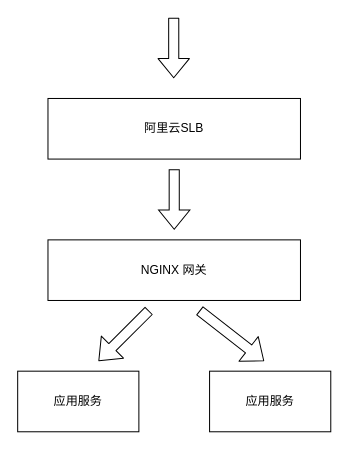
The draw.io diagram src/口算系统网络拓扑图.drawio in ctmaster/waf, before the edit. Source tidied: cells renumbered, new cells numbered last; positions are measured from the earlier drawing's top-left corner, leaving out a move shared by most shapes. Both pictures are drawn from the tidied source at 101%, with x=0, y=0 at pixel (17, 17).
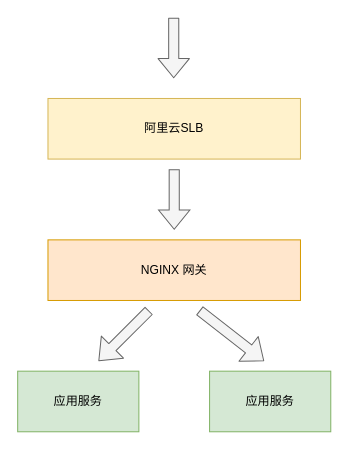
Above is the later version.

Commit message:
Update 口算系统网络拓扑图.drawio

What changed in the source:
```diff
@@
 <mxGraphModel>
   <root>
     <mxCell id="0" />
     <mxCell id="1" parent="0" />
-    <mxCell id="2" style="edgeStyle=orthogonalEdgeStyle;rounded=0;orthogonalLoop=1;jettySize=auto;html=1;shape=flexArrow;" parent="1" edge="1">
+    <mxCell id="2" style="edgeStyle=orthogonalEdgeStyle;rounded=0;orthogonalLoop=1;jettySize=auto;html=1;shape=flexArrow;fillColor=#f5f5f5;strokeColor=#666666;" parent="1" edge="1">
       <mxGeometry relative="1" as="geometry">
         <mxPoint x="155" y="150" as="sourcePoint" />
         <mxPoint x="155" y="210" as="targetPoint" />
       </mxGeometry>
     </mxCell>
-    <mxCell id="3" value="阿里云SLB" style="rounded=0;whiteSpace=wrap;html=1;" parent="1" vertex="1">
+    <mxCell id="3" value="阿里云SLB" style="rounded=0;whiteSpace=wrap;html=1;fillColor=#fff2cc;strokeColor=#d6b656;" parent="1" vertex="1">
       <mxGeometry x="30" y="80" width="250" height="60" as="geometry" />
     </mxCell>
-    <mxCell id="4" value="NGINX 网关" style="rounded=0;whiteSpace=wrap;html=1;" parent="1" vertex="1">
+    <mxCell id="4" value="NGINX 网关" style="rounded=0;whiteSpace=wrap;html=1;fillColor=#ffe6cc;strokeColor=#d79b00;" parent="1" vertex="1">
       <mxGeometry x="30" y="220" width="250" height="60" as="geometry" />
     </mxCell>
-    <mxCell id="5" style="shape=flexArrow;endArrow=classic;html=1;" parent="1" edge="1">
+    <mxCell id="5" style="shape=flexArrow;endArrow=classic;html=1;fillColor=#f5f5f5;strokeColor=#666666;" parent="1" edge="1">
       <mxGeometry relative="1" as="geometry">
         <mxPoint x="154.5" as="sourcePoint" />
         <mxPoint x="154.5" y="60" as="targetPoint" />
       </mxGeometry>
     </mxCell>
-    <mxCell id="6" value="应用服务" style="rounded=0;whiteSpace=wrap;html=1;" parent="1" vertex="1">
+    <mxCell id="6" value="应用服务" style="rounded=0;whiteSpace=wrap;html=1;fillColor=#d5e8d4;strokeColor=#82b366;" parent="1" vertex="1">
       <mxGeometry y="350" width="120" height="60" as="geometry" />
     </mxCell>
-    <mxCell id="7" value="应用服务" style="rounded=0;whiteSpace=wrap;html=1;" parent="1" vertex="1">
+    <mxCell id="7" value="应用服务" style="rounded=0;whiteSpace=wrap;html=1;fillColor=#d5e8d4;strokeColor=#82b366;" parent="1" vertex="1">
       <mxGeometry x="190" y="350" width="120" height="60" as="geometry" />
     </mxCell>
-    <mxCell id="8" style="shape=flexArrow;endArrow=classic;html=1;" parent="1" edge="1">
+    <mxCell id="8" style="shape=flexArrow;endArrow=classic;html=1;fillColor=#f5f5f5;strokeColor=#666666;" parent="1" edge="1">
       <mxGeometry relative="1" as="geometry">
         <mxPoint x="130" y="290" as="sourcePoint" />
         <mxPoint x="80" y="340" as="targetPoint" />
       </mxGeometry>
     </mxCell>
-    <mxCell id="9" style="shape=flexArrow;endArrow=classic;html=1;" parent="1" edge="1">
+    <mxCell id="9" style="shape=flexArrow;endArrow=classic;html=1;fillColor=#f5f5f5;strokeColor=#666666;" parent="1" edge="1">
       <mxGeometry relative="1" as="geometry">
         <mxPoint x="180" y="290" as="sourcePoint" />
         <mxPoint x="244" y="340" as="targetPoint" />
       </mxGeometry>
     </mxCell>
   </root>
 </mxGraphModel>
```
